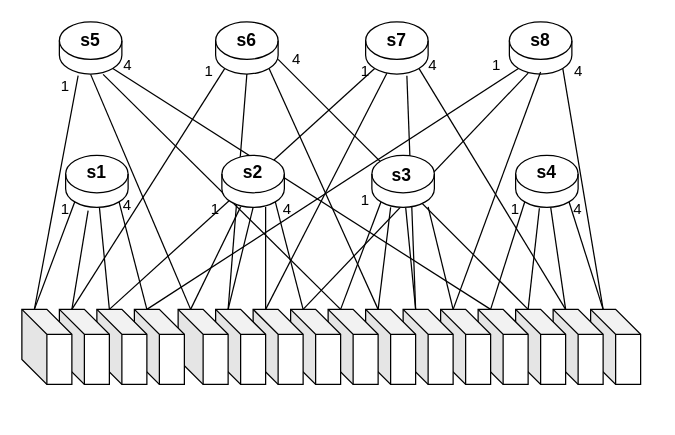
Before: 未命名绘图.drawio in 1398111846/paper, a draw.io diagram. Source tidied: cells renumbered, new cells numbered last; positions are measured from the earlier drawing's top-left corner, leaving out a move shared by most shapes. Both pictures are drawn from the tidied source at 125%, with x=0, y=0 at pixel (21, 21).
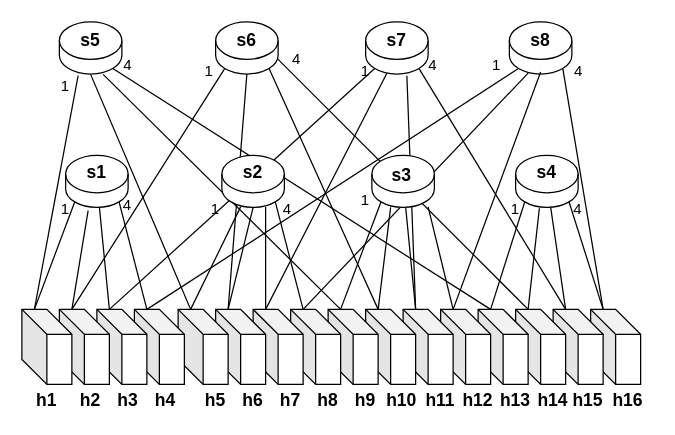
The same page after the edit.

Commit message (it also covers changes not shown here):
更新未命名绘图.drawio

What changed in the source:
```diff
@@
+    <mxCell id="81" value="&lt;font style=&quot;font-size: 14px&quot;&gt;&lt;b&gt;h1&lt;/b&gt;&lt;/font&gt;" style="text;html=1;strokeColor=none;fillColor=none;align=center;verticalAlign=middle;whiteSpace=wrap;rounded=0;" parent="1" vertex="1">
+      <mxGeometry y="293" width="40" height="20" as="geometry" />
+    </mxCell>
+    <mxCell id="82" value="&lt;font style=&quot;font-size: 14px&quot;&gt;&lt;b&gt;h2&lt;/b&gt;&lt;/font&gt;" style="text;html=1;strokeColor=none;fillColor=none;align=center;verticalAlign=middle;whiteSpace=wrap;rounded=0;" parent="1" vertex="1">
+      <mxGeometry x="35" y="293" width="40" height="20" as="geometry" />
+    </mxCell>
+    <mxCell id="83" value="&lt;font style=&quot;font-size: 14px&quot;&gt;&lt;b&gt;h3&lt;/b&gt;&lt;/font&gt;" style="text;html=1;strokeColor=none;fillColor=none;align=center;verticalAlign=middle;whiteSpace=wrap;rounded=0;" parent="1" vertex="1">
+      <mxGeometry x="65" y="293" width="40" height="20" as="geometry" />
+    </mxCell>
+    <mxCell id="84" value="&lt;font style=&quot;font-size: 14px&quot;&gt;&lt;b&gt;h4&lt;/b&gt;&lt;/font&gt;" style="text;html=1;strokeColor=none;fillColor=none;align=center;verticalAlign=middle;whiteSpace=wrap;rounded=0;" parent="1" vertex="1">
+      <mxGeometry x="95" y="293" width="40" height="20" as="geometry" />
+    </mxCell>
+    <mxCell id="85" value="&lt;font style=&quot;font-size: 14px&quot;&gt;&lt;b&gt;h5&lt;/b&gt;&lt;/font&gt;" style="text;html=1;strokeColor=none;fillColor=none;align=center;verticalAlign=middle;whiteSpace=wrap;rounded=0;" parent="1" vertex="1">
+      <mxGeometry x="135" y="293" width="40" height="20" as="geometry" />
+    </mxCell>
+    <mxCell id="86" value="&lt;font style=&quot;font-size: 14px&quot;&gt;&lt;b&gt;h6&lt;/b&gt;&lt;/font&gt;" style="text;html=1;strokeColor=none;fillColor=none;align=center;verticalAlign=middle;whiteSpace=wrap;rounded=0;" parent="1" vertex="1">
+      <mxGeometry x="165" y="293" width="40" height="20" as="geometry" />
+    </mxCell>
+    <mxCell id="87" value="&lt;font style=&quot;font-size: 14px&quot;&gt;&lt;b&gt;h7&lt;/b&gt;&lt;/font&gt;" style="text;html=1;strokeColor=none;fillColor=none;align=center;verticalAlign=middle;whiteSpace=wrap;rounded=0;" parent="1" vertex="1">
+      <mxGeometry x="195" y="293" width="40" height="20" as="geometry" />
+    </mxCell>
+    <mxCell id="88" value="&lt;font style=&quot;font-size: 14px&quot;&gt;&lt;b&gt;h8&lt;/b&gt;&lt;/font&gt;" style="text;html=1;strokeColor=none;fillColor=none;align=center;verticalAlign=middle;whiteSpace=wrap;rounded=0;" parent="1" vertex="1">
+      <mxGeometry x="225" y="293" width="40" height="20" as="geometry" />
+    </mxCell>
+    <mxCell id="89" value="&lt;font style=&quot;font-size: 14px&quot;&gt;&lt;b&gt;h9&lt;/b&gt;&lt;/font&gt;" style="text;html=1;strokeColor=none;fillColor=none;align=center;verticalAlign=middle;whiteSpace=wrap;rounded=0;" parent="1" vertex="1">
+      <mxGeometry x="255" y="293" width="40" height="20" as="geometry" />
+    </mxCell>
+    <mxCell id="90" value="&lt;font style=&quot;font-size: 14px&quot;&gt;&lt;b&gt;h10&lt;/b&gt;&lt;/font&gt;" style="text;html=1;strokeColor=none;fillColor=none;align=center;verticalAlign=middle;whiteSpace=wrap;rounded=0;" parent="1" vertex="1">
+      <mxGeometry x="284" y="293" width="40" height="20" as="geometry" />
+    </mxCell>
+    <mxCell id="91" value="&lt;font style=&quot;font-size: 14px&quot;&gt;&lt;b&gt;h11&lt;/b&gt;&lt;/font&gt;" style="text;html=1;strokeColor=none;fillColor=none;align=center;verticalAlign=middle;whiteSpace=wrap;rounded=0;" parent="1" vertex="1">
+      <mxGeometry x="315" y="293" width="40" height="20" as="geometry" />
+    </mxCell>
+    <mxCell id="92" value="&lt;font style=&quot;font-size: 14px&quot;&gt;&lt;b&gt;h12&lt;/b&gt;&lt;/font&gt;" style="text;html=1;strokeColor=none;fillColor=none;align=center;verticalAlign=middle;whiteSpace=wrap;rounded=0;" parent="1" vertex="1">
+      <mxGeometry x="345" y="293" width="40" height="20" as="geometry" />
+    </mxCell>
+    <mxCell id="93" value="&lt;font style=&quot;font-size: 14px&quot;&gt;&lt;b&gt;h13&lt;/b&gt;&lt;/font&gt;" style="text;html=1;strokeColor=none;fillColor=none;align=center;verticalAlign=middle;whiteSpace=wrap;rounded=0;" parent="1" vertex="1">
+      <mxGeometry x="375" y="293" width="40" height="20" as="geometry" />
+    </mxCell>
+    <mxCell id="94" value="&lt;font style=&quot;font-size: 14px&quot;&gt;&lt;b&gt;h14&lt;/b&gt;&lt;/font&gt;" style="text;html=1;strokeColor=none;fillColor=none;align=center;verticalAlign=middle;whiteSpace=wrap;rounded=0;" parent="1" vertex="1">
+      <mxGeometry x="405" y="293" width="40" height="20" as="geometry" />
+    </mxCell>
+    <mxCell id="95" value="&lt;font style=&quot;font-size: 14px&quot;&gt;&lt;b&gt;h15&lt;/b&gt;&lt;/font&gt;" style="text;html=1;strokeColor=none;fillColor=none;align=center;verticalAlign=middle;whiteSpace=wrap;rounded=0;" parent="1" vertex="1">
+      <mxGeometry x="432.5" y="293" width="40" height="20" as="geometry" />
+    </mxCell>
+    <mxCell id="96" value="&lt;font style=&quot;font-size: 14px&quot;&gt;&lt;b&gt;h16&lt;/b&gt;&lt;/font&gt;" style="text;html=1;strokeColor=none;fillColor=none;align=center;verticalAlign=middle;whiteSpace=wrap;rounded=0;" parent="1" vertex="1">
+      <mxGeometry x="465" y="293" width="40" height="20" as="geometry" />
+    </mxCell>
```
